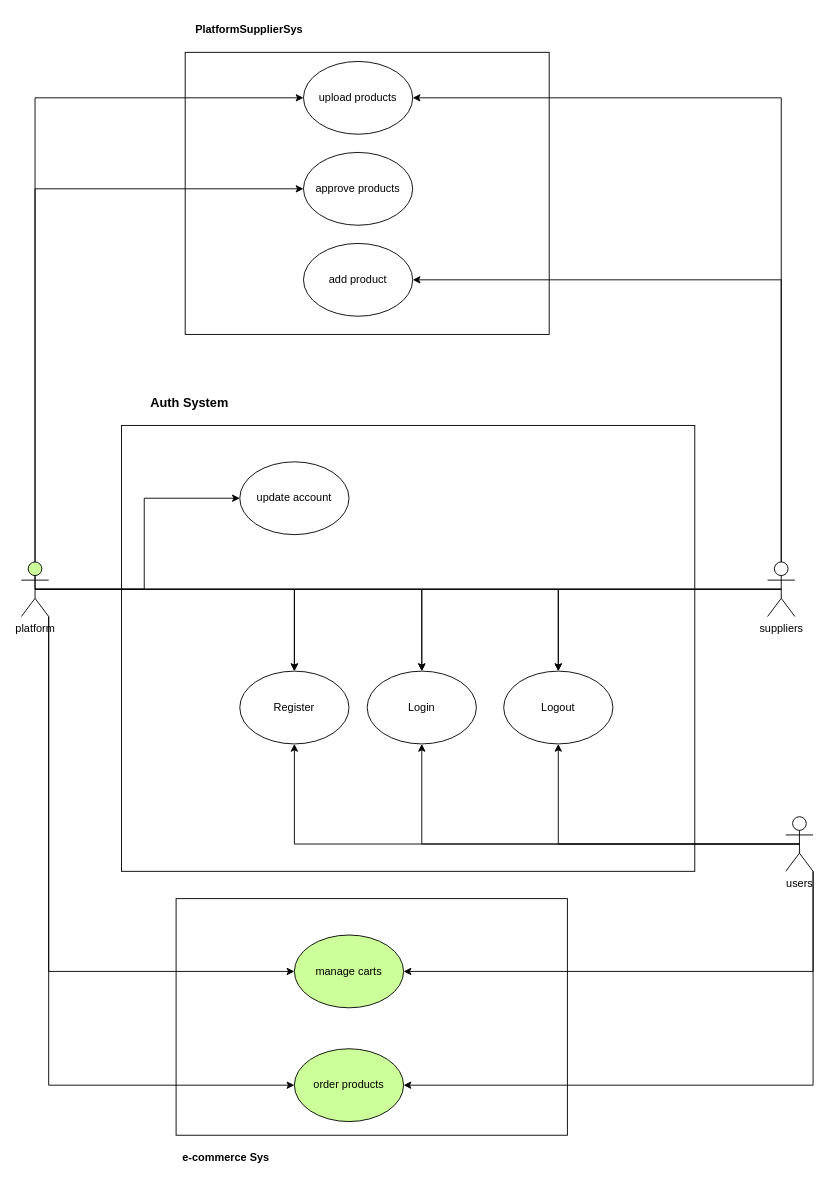
The draw.io diagram page "Use Case" (1 of 7) of 1 System Analysis Diagram/Use Case_PlatformSuppliers_Cart-Service.drawio in CHAITANYA510/QuickMall-eCommerce, before the edit. Source tidied: cells renumbered, new cells numbered last; positions are measured from the earlier drawing's top-left corner, leaving out a move shared by most shapes. Both pictures are drawn from the tidied source at 91%, with x=0, y=0 at pixel (21, 15).
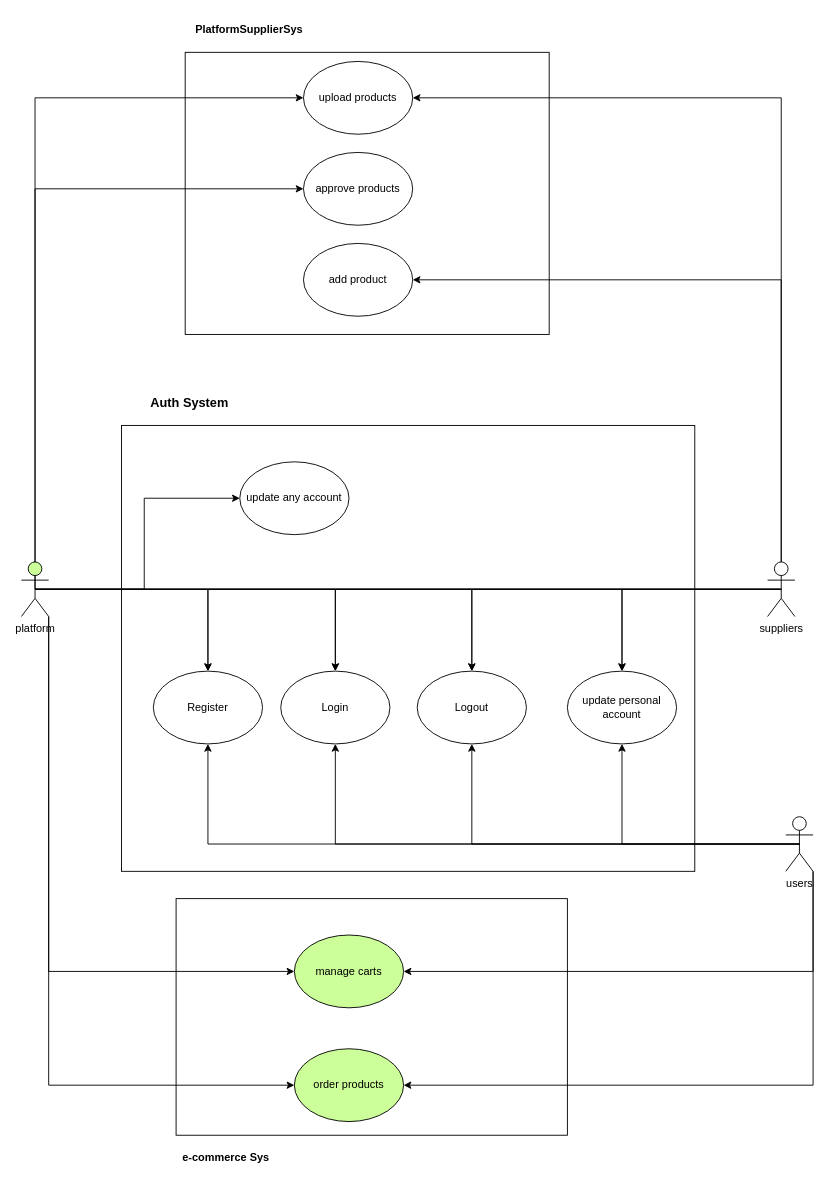
The same page after the edit.

Commit message:
update Auth System design

Unchanged cells that the change refers to:
```xml
<mxCell id="13" value="platform" style="shape=umlActor;verticalLabelPosition=bottom;verticalAlign=top;html=1;fillColor=#CCFF99;" parent="1" vertex="1">
  <mxGeometry y="600" width="30" height="60" as="geometry" />
</mxCell>
<mxCell id="19" value="suppliers" style="shape=umlActor;verticalLabelPosition=bottom;verticalAlign=top;html=1;" parent="1" vertex="1">
  <mxGeometry x="820" y="600" width="30" height="60" as="geometry" />
</mxCell>
<mxCell id="27" value="users" style="shape=umlActor;verticalLabelPosition=bottom;verticalAlign=top;html=1;" parent="1" vertex="1">
  <mxGeometry x="840" y="880" width="30" height="60" as="geometry" />
</mxCell>
```

Change to the diagram source:
```diff
@@
+    <mxCell id="38" style="edgeStyle=orthogonalEdgeStyle;rounded=0;jettySize=auto;html=1;exitX=0.5;exitY=0.5;exitDx=0;exitDy=0;exitPerimeter=0;entryX=0.5;entryY=0;entryDx=0;entryDy=0;" parent="1" edge="1" source="13" target="41">
+      <mxGeometry relative="1" as="geometry" />
+    </mxCell>
@@
+    <mxCell id="39" style="edgeStyle=orthogonalEdgeStyle;rounded=0;jettySize=auto;html=1;exitX=0.5;exitY=0.5;exitDx=0;exitDy=0;exitPerimeter=0;entryX=0.5;entryY=0;entryDx=0;entryDy=0;" parent="1" edge="1" source="19" target="41">
+      <mxGeometry relative="1" as="geometry" />
+    </mxCell>
@@
+    <mxCell id="40" style="edgeStyle=orthogonalEdgeStyle;rounded=0;jettySize=auto;html=1;exitX=0.5;exitY=0.5;exitDx=0;exitDy=0;exitPerimeter=0;" parent="1" edge="1" source="27" target="41">
+      <mxGeometry relative="1" as="geometry" />
+    </mxCell>
@@
     <mxCell id="33" value="Register" style="ellipse;whiteSpace=wrap;html=1;fillColor=#FFFFFF;" parent="1" vertex="1">
-      <mxGeometry x="240" y="720" width="120" height="80" as="geometry" />
+      <mxGeometry x="145" y="720" width="120" height="80" as="geometry" />
     </mxCell>
     <mxCell id="34" value="Login" style="ellipse;whiteSpace=wrap;html=1;" parent="1" vertex="1">
-      <mxGeometry x="380" y="720" width="120" height="80" as="geometry" />
+      <mxGeometry x="285" y="720" width="120" height="80" as="geometry" />
     </mxCell>
     <mxCell id="35" value="Logout" style="ellipse;whiteSpace=wrap;html=1;" parent="1" vertex="1">
-      <mxGeometry x="530" y="720" width="120" height="80" as="geometry" />
+      <mxGeometry x="435" y="720" width="120" height="80" as="geometry" />
     </mxCell>
-    <mxCell id="36" value="update account" style="ellipse;whiteSpace=wrap;html=1;" parent="1" vertex="1">
+    <mxCell id="36" value="update any account" style="ellipse;whiteSpace=wrap;html=1;" parent="1" vertex="1">
       <mxGeometry x="240" y="490" width="120" height="80" as="geometry" />
     </mxCell>
@@
+    <mxCell id="41" value="update personal account" style="ellipse;whiteSpace=wrap;html=1;fillColor=#FFFFFF;" parent="1" vertex="1">
+      <mxGeometry x="600" y="720" width="120" height="80" as="geometry" />
+    </mxCell>
```
